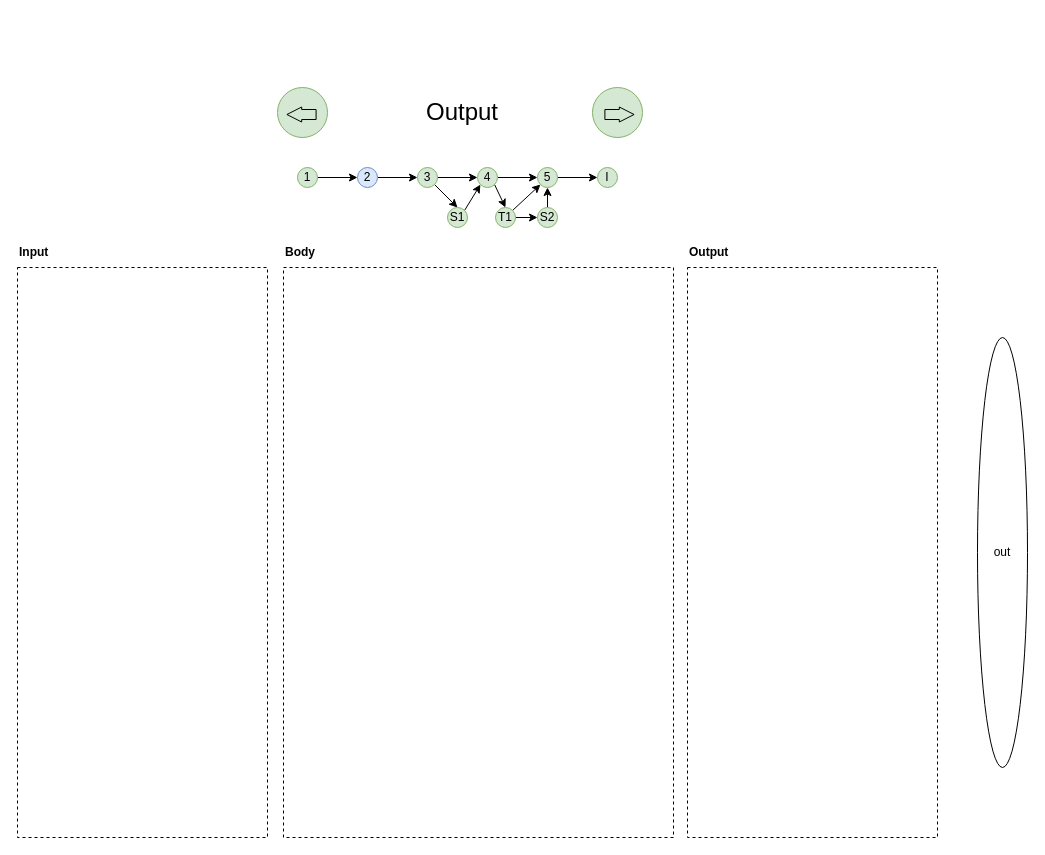
Pruvendo/hipo-wallet keeps this draw.io diagram as page "2" (2 of 9) of spec/BaseScenario.drawio. Above is the earlier version. Source tidied: cells renumbered, new cells numbered last; positions are measured from the earlier drawing's top-left corner, leaving out a move shared by most shapes. Both pictures are drawn from the tidied source at 100%, with x=0, y=0 at pixel (17, 87).
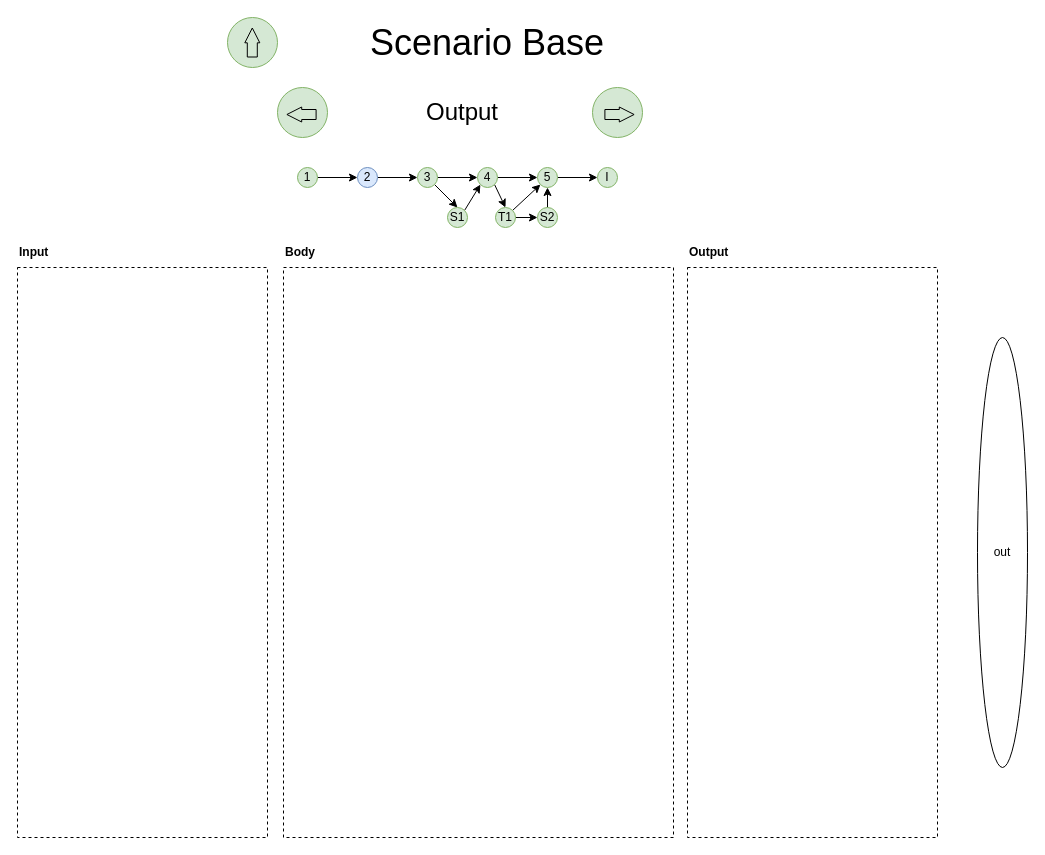
The same page after the edit.

The edit, as a diff of the source:
```diff
@@
+    <mxCell id="37" value="Scenario Base" style="text;html=1;strokeColor=none;fillColor=none;align=center;verticalAlign=middle;whiteSpace=wrap;rounded=0;fontSize=36;" parent="1" vertex="1">
+      <mxGeometry x="245" y="-60" width="450" height="30" as="geometry" />
+    </mxCell>
+    <mxCell id="38" style="ellipse;whiteSpace=wrap;html=1;fillColor=#d5e8d4;strokeColor=#82b366;" parent="1" vertex="1">
+      <mxGeometry x="210" y="-70" width="50" height="50" as="geometry" />
+    </mxCell>
+    <mxCell id="39" style="shape=flexArrow;endArrow=classic;html=1;rounded=0;endWidth=4;endSize=4.6;" parent="1" edge="1">
+      <mxGeometry relative="1" as="geometry">
+        <mxPoint x="234.8" y="-30" as="sourcePoint" />
+        <mxPoint x="234.8" y="-60" as="targetPoint" />
+      </mxGeometry>
+    </mxCell>
```
